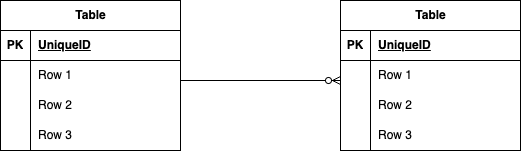
This is .drawio.png from hide32ma/flea-market.coachtech, a draw.io export, as it was before one commit. Source tidied: cells renumbered, new cells last; positions are measured from the earlier drawing's top-left corner, leaving out a move shared by most shapes. Source of this version:
```xml
<mxGraphModel>
  <root>
    <mxCell id="0" />
    <mxCell id="1" parent="0" />
    <mxCell id="2" value="Table" style="shape=table;startSize=30;rowLines=0;fontStyle=1;align=center;html=1;" parent="1" vertex="1">
      <mxGeometry y="20" width="180" height="150" as="geometry" />
    </mxCell>
    <mxCell id="3" style="shape=tableRow;horizontal=0;startSize=0;swimlaneHead=0;swimlaneBody=0;fillColor=none;top=0;left=0;right=0;bottom=1;" parent="2" vertex="1">
      <mxGeometry y="30" width="180" height="30" as="geometry" />
    </mxCell>
    <mxCell id="4" value="PK" style="shape=partialRectangle;fillColor=none;top=0;left=0;bottom=0;right=0;fontStyle=1;overflow=hidden;whiteSpace=wrap;html=1;" parent="3" vertex="1">
      <mxGeometry width="30" height="30" as="geometry" />
    </mxCell>
    <mxCell id="5" value="UniqueID" style="shape=partialRectangle;fillColor=none;top=0;left=0;bottom=0;right=0;align=left;spacingLeft=6;fontStyle=5;overflow=hidden;whiteSpace=wrap;html=1;" parent="3" vertex="1">
      <mxGeometry x="30" width="150" height="30" as="geometry" />
    </mxCell>
    <mxCell id="6" style="shape=tableRow;horizontal=0;startSize=0;swimlaneHead=0;swimlaneBody=0;fillColor=none;top=0;left=0;right=0;bottom=0;" parent="2" vertex="1">
      <mxGeometry y="60" width="180" height="30" as="geometry" />
    </mxCell>
    <mxCell id="7" style="shape=partialRectangle;fillColor=none;top=0;left=0;bottom=0;right=0;overflow=hidden;whiteSpace=wrap;html=1;" parent="6" vertex="1">
      <mxGeometry width="30" height="30" as="geometry" />
    </mxCell>
    <mxCell id="8" value="Row 1" style="shape=partialRectangle;fillColor=none;top=0;left=0;bottom=0;right=0;align=left;spacingLeft=6;overflow=hidden;whiteSpace=wrap;html=1;" parent="6" vertex="1">
      <mxGeometry x="30" width="150" height="30" as="geometry" />
    </mxCell>
    <mxCell id="9" style="shape=tableRow;horizontal=0;startSize=0;swimlaneHead=0;swimlaneBody=0;fillColor=none;top=0;left=0;right=0;bottom=0;" parent="2" vertex="1">
      <mxGeometry y="90" width="180" height="30" as="geometry" />
    </mxCell>
    <mxCell id="10" style="shape=partialRectangle;fillColor=none;top=0;left=0;bottom=0;right=0;overflow=hidden;whiteSpace=wrap;html=1;" parent="9" vertex="1">
      <mxGeometry width="30" height="30" as="geometry" />
    </mxCell>
    <mxCell id="11" value="Row 2" style="shape=partialRectangle;fillColor=none;top=0;left=0;bottom=0;right=0;align=left;spacingLeft=6;overflow=hidden;whiteSpace=wrap;html=1;" parent="9" vertex="1">
      <mxGeometry x="30" width="150" height="30" as="geometry" />
    </mxCell>
    <mxCell id="12" style="shape=tableRow;horizontal=0;startSize=0;swimlaneHead=0;swimlaneBody=0;fillColor=none;top=0;left=0;right=0;bottom=0;" parent="2" vertex="1">
      <mxGeometry y="120" width="180" height="30" as="geometry" />
    </mxCell>
    <mxCell id="13" style="shape=partialRectangle;fillColor=none;top=0;left=0;bottom=0;right=0;overflow=hidden;whiteSpace=wrap;html=1;" parent="12" vertex="1">
      <mxGeometry width="30" height="30" as="geometry" />
    </mxCell>
    <mxCell id="14" value="Row 3" style="shape=partialRectangle;fillColor=none;top=0;left=0;bottom=0;right=0;align=left;spacingLeft=6;overflow=hidden;whiteSpace=wrap;html=1;" parent="12" vertex="1">
      <mxGeometry x="30" width="150" height="30" as="geometry" />
    </mxCell>
    <mxCell id="15" style="edgeStyle=entityRelationEdgeStyle;fontSize=12;html=1;endArrow=ERzeroToMany;endFill=1;" parent="1" edge="1">
      <mxGeometry relative="1" as="geometry">
        <mxPoint x="180" y="100" as="sourcePoint" />
        <mxPoint x="340" y="100" as="targetPoint" />
        <Array as="points">
          <mxPoint x="200" />
        </Array>
      </mxGeometry>
    </mxCell>
    <mxCell id="16" value="Table" style="shape=table;startSize=30;rowLines=0;fontStyle=1;align=center;html=1;" parent="1" vertex="1">
      <mxGeometry x="340" y="20" width="180" height="150" as="geometry" />
    </mxCell>
    <mxCell id="17" style="shape=tableRow;horizontal=0;startSize=0;swimlaneHead=0;swimlaneBody=0;fillColor=none;top=0;left=0;right=0;bottom=1;" parent="16" vertex="1">
      <mxGeometry y="30" width="180" height="30" as="geometry" />
    </mxCell>
    <mxCell id="18" value="PK" style="shape=partialRectangle;fillColor=none;top=0;left=0;bottom=0;right=0;fontStyle=1;overflow=hidden;whiteSpace=wrap;html=1;" parent="17" vertex="1">
      <mxGeometry width="30" height="30" as="geometry" />
    </mxCell>
    <mxCell id="19" value="UniqueID" style="shape=partialRectangle;fillColor=none;top=0;left=0;bottom=0;right=0;align=left;spacingLeft=6;fontStyle=5;overflow=hidden;whiteSpace=wrap;html=1;" parent="17" vertex="1">
      <mxGeometry x="30" width="150" height="30" as="geometry" />
    </mxCell>
    <mxCell id="20" style="shape=tableRow;horizontal=0;startSize=0;swimlaneHead=0;swimlaneBody=0;fillColor=none;top=0;left=0;right=0;bottom=0;" parent="16" vertex="1">
      <mxGeometry y="60" width="180" height="30" as="geometry" />
    </mxCell>
    <mxCell id="21" style="shape=partialRectangle;fillColor=none;top=0;left=0;bottom=0;right=0;overflow=hidden;whiteSpace=wrap;html=1;" parent="20" vertex="1">
      <mxGeometry width="30" height="30" as="geometry" />
    </mxCell>
    <mxCell id="22" value="Row 1" style="shape=partialRectangle;fillColor=none;top=0;left=0;bottom=0;right=0;align=left;spacingLeft=6;overflow=hidden;whiteSpace=wrap;html=1;" parent="20" vertex="1">
      <mxGeometry x="30" width="150" height="30" as="geometry" />
    </mxCell>
    <mxCell id="23" style="shape=tableRow;horizontal=0;startSize=0;swimlaneHead=0;swimlaneBody=0;fillColor=none;top=0;left=0;right=0;bottom=0;" parent="16" vertex="1">
      <mxGeometry y="90" width="180" height="30" as="geometry" />
    </mxCell>
    <mxCell id="24" style="shape=partialRectangle;fillColor=none;top=0;left=0;bottom=0;right=0;overflow=hidden;whiteSpace=wrap;html=1;" parent="23" vertex="1">
      <mxGeometry width="30" height="30" as="geometry" />
    </mxCell>
    <mxCell id="25" value="Row 2" style="shape=partialRectangle;fillColor=none;top=0;left=0;bottom=0;right=0;align=left;spacingLeft=6;overflow=hidden;whiteSpace=wrap;html=1;" parent="23" vertex="1">
      <mxGeometry x="30" width="150" height="30" as="geometry" />
    </mxCell>
    <mxCell id="26" style="shape=tableRow;horizontal=0;startSize=0;swimlaneHead=0;swimlaneBody=0;fillColor=none;top=0;left=0;right=0;bottom=0;" parent="16" vertex="1">
      <mxGeometry y="120" width="180" height="30" as="geometry" />
    </mxCell>
    <mxCell id="27" style="shape=partialRectangle;fillColor=none;top=0;left=0;bottom=0;right=0;overflow=hidden;whiteSpace=wrap;html=1;" parent="26" vertex="1">
      <mxGeometry width="30" height="30" as="geometry" />
    </mxCell>
    <mxCell id="28" value="Row 3" style="shape=partialRectangle;fillColor=none;top=0;left=0;bottom=0;right=0;align=left;spacingLeft=6;overflow=hidden;whiteSpace=wrap;html=1;" parent="26" vertex="1">
      <mxGeometry x="30" width="150" height="30" as="geometry" />
    </mxCell>
  </root>
</mxGraphModel>
```
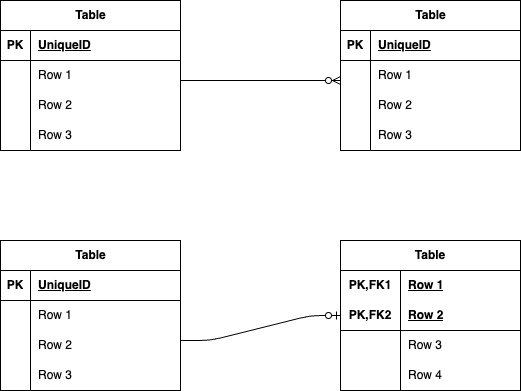
The same file after the commit.

The edit, as a diff of the source:
```diff
@@ -89,5 +89,91 @@
     <mxCell id="28" value="Row 3" style="shape=partialRectangle;fillColor=none;top=0;left=0;bottom=0;right=0;align=left;spacingLeft=6;overflow=hidden;whiteSpace=wrap;html=1;" parent="26" vertex="1">
       <mxGeometry x="30" width="150" height="30" as="geometry" />
     </mxCell>
+    <mxCell id="29" value="Table" style="shape=table;startSize=30;rowLines=0;fontStyle=1;align=center;html=1;" parent="1" vertex="1">
+      <mxGeometry y="260" width="180" height="150" as="geometry" />
+    </mxCell>
+    <mxCell id="30" style="shape=tableRow;horizontal=0;startSize=0;swimlaneHead=0;swimlaneBody=0;fillColor=none;top=0;left=0;right=0;bottom=1;" parent="29" vertex="1">
+      <mxGeometry y="30" width="180" height="30" as="geometry" />
+    </mxCell>
+    <mxCell id="31" value="PK" style="shape=partialRectangle;fillColor=none;top=0;left=0;bottom=0;right=0;fontStyle=1;overflow=hidden;whiteSpace=wrap;html=1;" parent="30" vertex="1">
+      <mxGeometry width="30" height="30" as="geometry" />
+    </mxCell>
+    <mxCell id="32" value="UniqueID" style="shape=partialRectangle;fillColor=none;top=0;left=0;bottom=0;right=0;align=left;spacingLeft=6;fontStyle=5;overflow=hidden;whiteSpace=wrap;html=1;" parent="30" vertex="1">
+      <mxGeometry x="30" width="150" height="30" as="geometry" />
+    </mxCell>
+    <mxCell id="33" style="shape=tableRow;horizontal=0;startSize=0;swimlaneHead=0;swimlaneBody=0;fillColor=none;top=0;left=0;right=0;bottom=0;" parent="29" vertex="1">
+      <mxGeometry y="60" width="180" height="30" as="geometry" />
+    </mxCell>
+    <mxCell id="34" style="shape=partialRectangle;fillColor=none;top=0;left=0;bottom=0;right=0;overflow=hidden;whiteSpace=wrap;html=1;" parent="33" vertex="1">
+      <mxGeometry width="30" height="30" as="geometry" />
+    </mxCell>
+    <mxCell id="35" value="Row 1" style="shape=partialRectangle;fillColor=none;top=0;left=0;bottom=0;right=0;align=left;spacingLeft=6;overflow=hidden;whiteSpace=wrap;html=1;" parent="33" vertex="1">
+      <mxGeometry x="30" width="150" height="30" as="geometry" />
+    </mxCell>
+    <mxCell id="36" style="shape=tableRow;horizontal=0;startSize=0;swimlaneHead=0;swimlaneBody=0;fillColor=none;top=0;left=0;right=0;bottom=0;" parent="29" vertex="1">
+      <mxGeometry y="90" width="180" height="30" as="geometry" />
+    </mxCell>
+    <mxCell id="37" style="shape=partialRectangle;fillColor=none;top=0;left=0;bottom=0;right=0;overflow=hidden;whiteSpace=wrap;html=1;" parent="36" vertex="1">
+      <mxGeometry width="30" height="30" as="geometry" />
+    </mxCell>
+    <mxCell id="38" value="Row 2" style="shape=partialRectangle;fillColor=none;top=0;left=0;bottom=0;right=0;align=left;spacingLeft=6;overflow=hidden;whiteSpace=wrap;html=1;" parent="36" vertex="1">
+      <mxGeometry x="30" width="150" height="30" as="geometry" />
+    </mxCell>
+    <mxCell id="39" style="shape=tableRow;horizontal=0;startSize=0;swimlaneHead=0;swimlaneBody=0;fillColor=none;top=0;left=0;right=0;bottom=0;" parent="29" vertex="1">
+      <mxGeometry y="120" width="180" height="30" as="geometry" />
+    </mxCell>
+    <mxCell id="40" style="shape=partialRectangle;fillColor=none;top=0;left=0;bottom=0;right=0;overflow=hidden;whiteSpace=wrap;html=1;" parent="39" vertex="1">
+      <mxGeometry width="30" height="30" as="geometry" />
+    </mxCell>
+    <mxCell id="41" value="Row 3" style="shape=partialRectangle;fillColor=none;top=0;left=0;bottom=0;right=0;align=left;spacingLeft=6;overflow=hidden;whiteSpace=wrap;html=1;" parent="39" vertex="1">
+      <mxGeometry x="30" width="150" height="30" as="geometry" />
+    </mxCell>
+    <mxCell id="42" style="edgeStyle=entityRelationEdgeStyle;fontSize=12;html=1;endArrow=ERzeroToOne;endFill=1;" parent="1" edge="1" target="43">
+      <mxGeometry relative="1" as="geometry">
+        <mxPoint x="180" y="360" as="sourcePoint" />
+        <Array as="points">
+          <mxPoint x="230" y="300" />
+        </Array>
+      </mxGeometry>
+    </mxCell>
+    <mxCell id="43" value="Table" style="shape=table;startSize=30;rowLines=0;fontStyle=1;align=center;html=1;whiteSpace=wrap;" parent="1" vertex="1">
+      <mxGeometry x="340" y="260" width="180" height="150" as="geometry" />
+    </mxCell>
+    <mxCell id="44" style="shape=tableRow;horizontal=0;startSize=0;swimlaneHead=0;swimlaneBody=0;fillColor=none;top=0;left=0;right=0;bottom=0;html=1;" parent="43" vertex="1">
+      <mxGeometry y="30" width="180" height="30" as="geometry" />
+    </mxCell>
+    <mxCell id="45" value="PK,FK1" style="shape=partialRectangle;fillColor=none;top=0;left=0;bottom=0;right=0;fontStyle=1;overflow=hidden;html=1;whiteSpace=wrap;" parent="44" vertex="1">
+      <mxGeometry width="60" height="30" as="geometry" />
+    </mxCell>
+    <mxCell id="46" value="Row 1" style="shape=partialRectangle;fillColor=none;top=0;left=0;bottom=0;right=0;align=left;spacingLeft=6;fontStyle=5;overflow=hidden;html=1;whiteSpace=wrap;" parent="44" vertex="1">
+      <mxGeometry x="60" width="120" height="30" as="geometry" />
+    </mxCell>
+    <mxCell id="47" style="shape=tableRow;horizontal=0;startSize=0;swimlaneHead=0;swimlaneBody=0;fillColor=none;top=0;left=0;right=0;bottom=1;html=1;" parent="43" vertex="1">
+      <mxGeometry y="60" width="180" height="30" as="geometry" />
+    </mxCell>
+    <mxCell id="48" value="PK,FK2" style="shape=partialRectangle;fillColor=none;top=0;left=0;bottom=0;right=0;fontStyle=1;overflow=hidden;html=1;whiteSpace=wrap;" parent="47" vertex="1">
+      <mxGeometry width="60" height="30" as="geometry" />
+    </mxCell>
+    <mxCell id="49" value="Row 2" style="shape=partialRectangle;fillColor=none;top=0;left=0;bottom=0;right=0;align=left;spacingLeft=6;fontStyle=5;overflow=hidden;html=1;whiteSpace=wrap;" parent="47" vertex="1">
+      <mxGeometry x="60" width="120" height="30" as="geometry" />
+    </mxCell>
+    <mxCell id="50" style="shape=tableRow;horizontal=0;startSize=0;swimlaneHead=0;swimlaneBody=0;fillColor=none;top=0;left=0;right=0;bottom=0;html=1;" parent="43" vertex="1">
+      <mxGeometry y="90" width="180" height="30" as="geometry" />
+    </mxCell>
+    <mxCell id="51" style="shape=partialRectangle;fillColor=none;top=0;left=0;bottom=0;right=0;overflow=hidden;html=1;whiteSpace=wrap;" parent="50" vertex="1">
+      <mxGeometry width="60" height="30" as="geometry" />
+    </mxCell>
+    <mxCell id="52" value="Row 3" style="shape=partialRectangle;fillColor=none;top=0;left=0;bottom=0;right=0;align=left;spacingLeft=6;overflow=hidden;html=1;whiteSpace=wrap;" parent="50" vertex="1">
+      <mxGeometry x="60" width="120" height="30" as="geometry" />
+    </mxCell>
+    <mxCell id="53" style="shape=tableRow;horizontal=0;startSize=0;swimlaneHead=0;swimlaneBody=0;fillColor=none;top=0;left=0;right=0;bottom=0;html=1;" parent="43" vertex="1">
+      <mxGeometry y="120" width="180" height="30" as="geometry" />
+    </mxCell>
+    <mxCell id="54" style="shape=partialRectangle;fillColor=none;top=0;left=0;bottom=0;right=0;overflow=hidden;html=1;whiteSpace=wrap;" parent="53" vertex="1">
+      <mxGeometry width="60" height="30" as="geometry" />
+    </mxCell>
+    <mxCell id="55" value="Row 4" style="shape=partialRectangle;fillColor=none;top=0;left=0;bottom=0;right=0;align=left;spacingLeft=6;overflow=hidden;html=1;whiteSpace=wrap;" parent="53" vertex="1">
+      <mxGeometry x="60" width="120" height="30" as="geometry" />
+    </mxCell>
   </root>
 </mxGraphModel>
```
